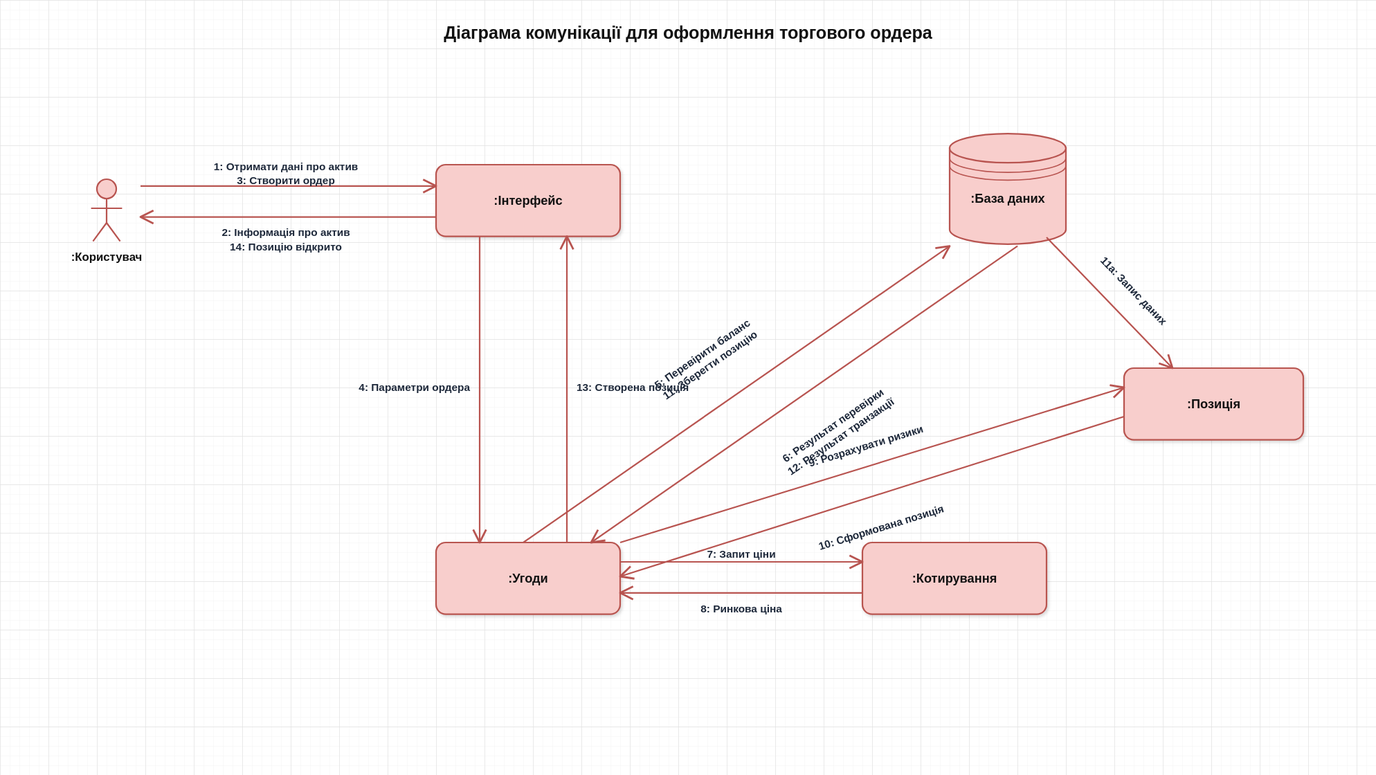
Earlier version of the PlantUML export diagrams/svg/09_communication_diagram.svg (Hast1k/bygigabit). Its source is kept beside it as diagrams/puml/09_communication_diagram.puml.
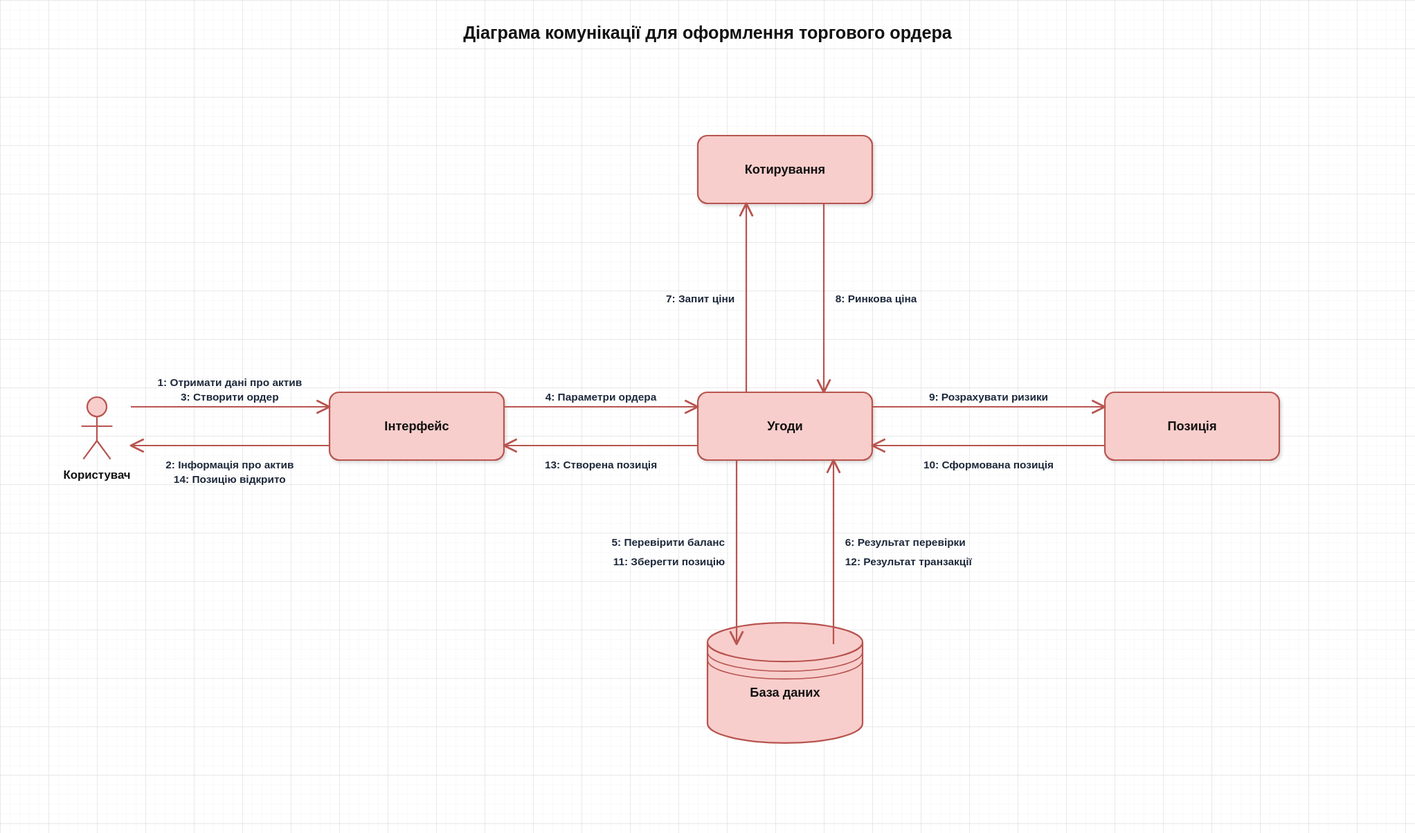
The same file after the commit.

Commit message:
fix(diagrams): remove colon prefixes and optimize communication diagram component layout

Change to the diagram source:
```diff
@@ -27,22 +27,21 @@
     fontColor #1E293B
 }
 
-actor ":Користувач" as User
-rectangle ":Інтерфейс" as UI
-rectangle ":Угоди" as Orders
-rectangle ":Позиція" as Position
-rectangle ":Котирування" as Market
-database ":База даних" as DB
+actor "Користувач" as User
+rectangle "Інтерфейс" as UI
+rectangle "Угоди" as Orders
+rectangle "Позиція" as Position
+rectangle "Котирування" as Market
+database "База даних" as DB
 
 User -> UI : 1: Отримати дані про актив\n3: Створити ордер
 UI -> User : 2: Інформація про актив\n14: Позицію відкрито
 UI -> Orders : 4: Параметри ордера
 Orders -> UI : 13: Створена позиція
-Orders -> DB : 5: Перевірити баланс\n11: Зберегти позицію
-DB -> Orders : 6: Результат перевірки\n12: Результат транзакції
 Orders -> Market : 7: Запит ціни
 Market -> Orders : 8: Ринкова ціна
 Orders -> Position : 9: Розрахувати ризики
 Position -> Orders : 10: Сформована позиція
-DB -> Position : 11a: Запис даних
+Orders -> DB : 5: Перевірити баланс\n11: Зберегти позицію
+DB -> Orders : 6: Результат перевірки\n12: Результат транзакції
 @enduml
```
